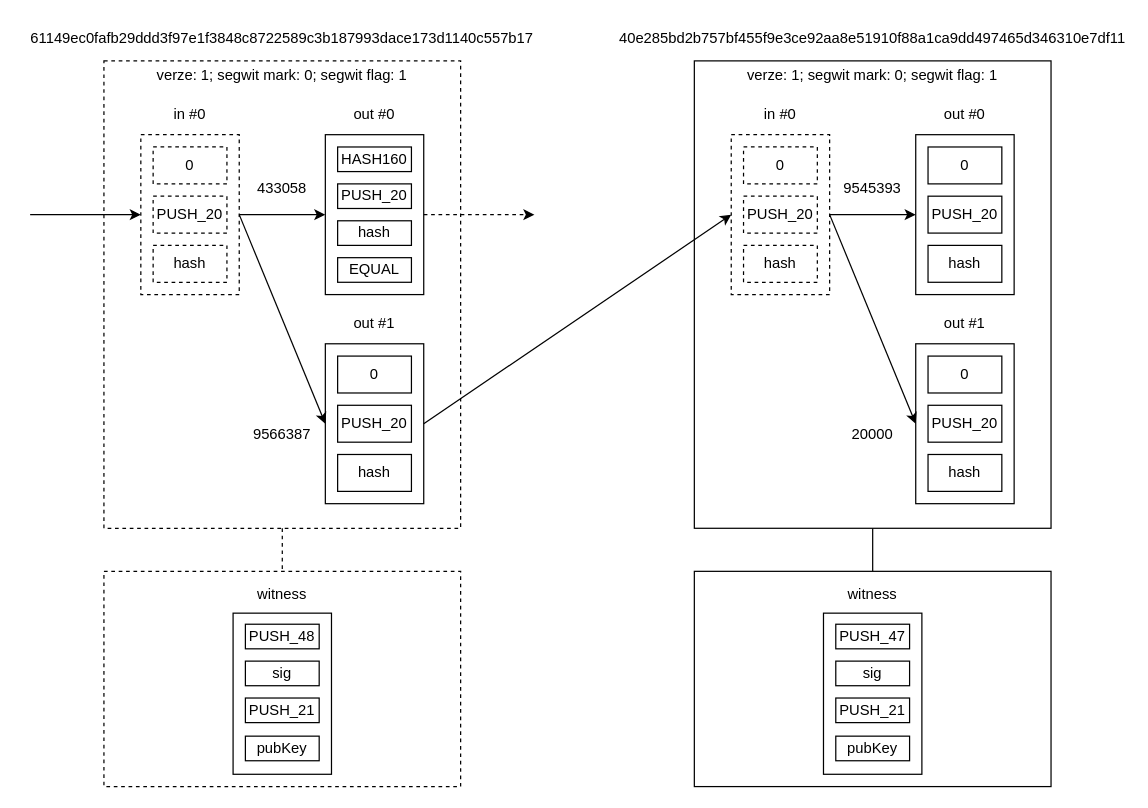
iWarpBTC/iWarpBTC.github.io keeps this draw.io diagram as diagram/txs.drawio. Above is the earlier version. Source tidied: cells renumbered, new cells numbered last; positions are measured from the earlier drawing's top-left corner, leaving out a move shared by most shapes. Both pictures are drawn from the tidied source at 123%, with x=0, y=0 at pixel (30, 21).
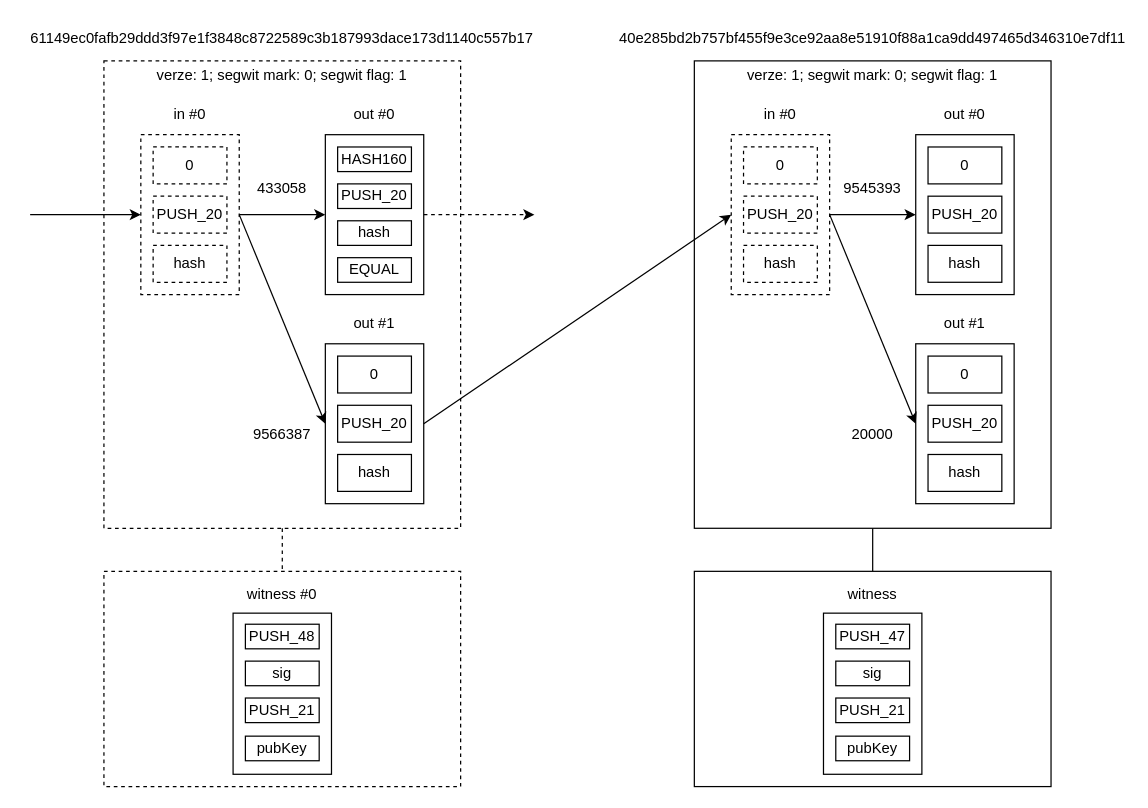
The same page after the edit.

Change to the diagram source:
```diff
@@
-    <mxCell id="54" value="witness" style="text;whiteSpace=wrap;html=1;align=center;" parent="1" vertex="1">
+    <mxCell id="54" value="witness #0" style="text;whiteSpace=wrap;html=1;align=center;" parent="1" vertex="1">
       <mxGeometry x="70" y="452" width="270" height="30" as="geometry" />
     </mxCell>
```
